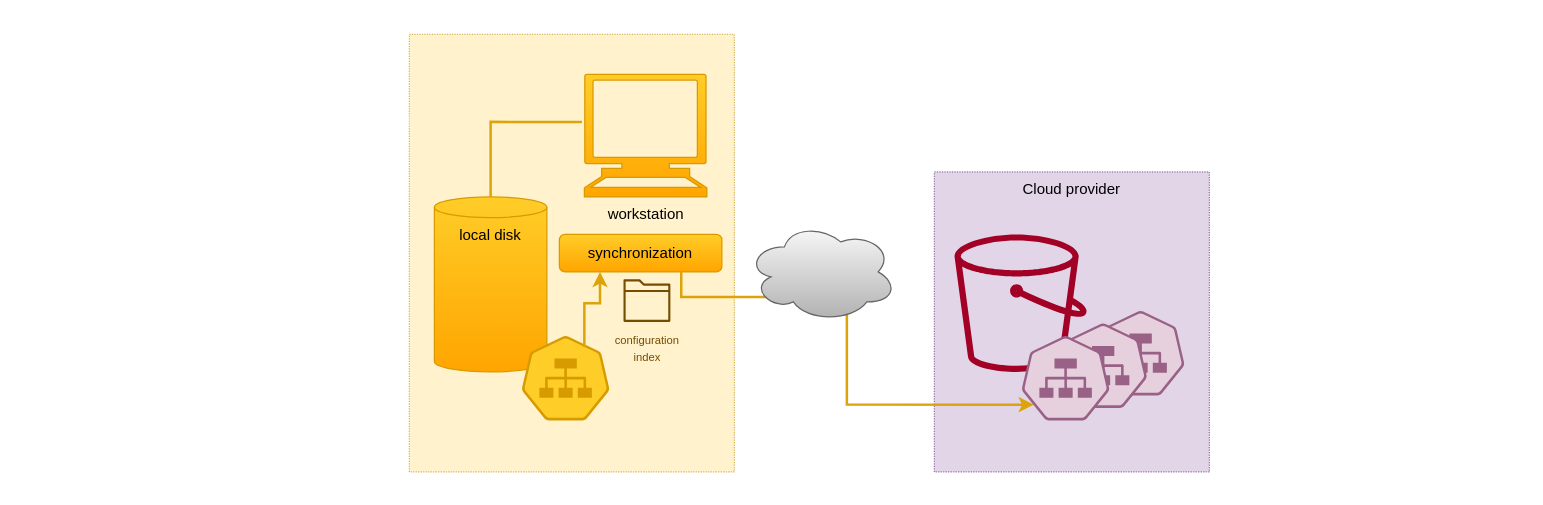
Above: page "backup-obs" (2 of 5) of blog/data/assets/images/cabri-share-conf/diagrams.drawio in t-beigbeder/otvl_blog (draw.io), before the change. Source tidied: cells renumbered, new cells numbered last; positions are measured from the earlier drawing's top-left corner, leaving out a move shared by most shapes. Both pictures are drawn from the tidied source at 125%, with x=0, y=0 at pixel (21, 21).
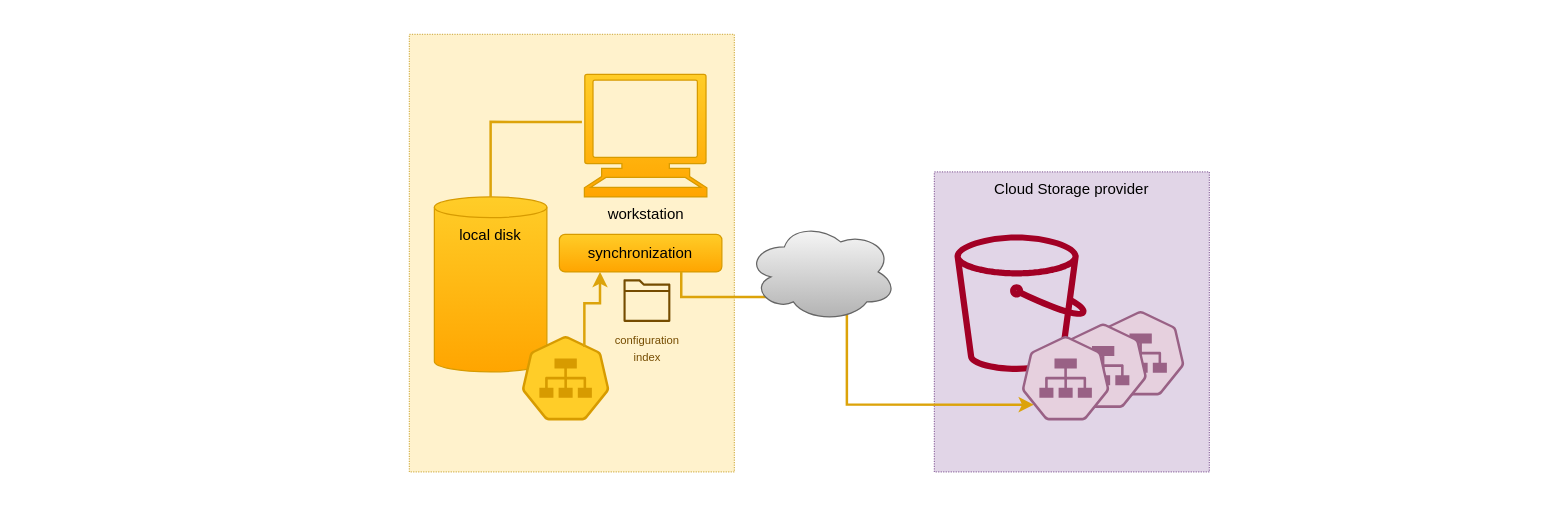
After the change.

Change to the diagram source:
```diff
@@
-    <mxCell id="3" value="Cloud provider" style="rounded=0;whiteSpace=wrap;html=1;dashed=1;dashPattern=1 1;fillColor=#e1d5e7;strokeColor=#9673a6;verticalAlign=top;" parent="1" vertex="1">
+    <mxCell id="3" value="Cloud Storage provider" style="rounded=0;whiteSpace=wrap;html=1;dashed=1;dashPattern=1 1;fillColor=#e1d5e7;strokeColor=#9673a6;verticalAlign=top;" parent="1" vertex="1">
       <mxGeometry x="730" y="120" width="220" height="240" as="geometry" />
     </mxCell>
```
